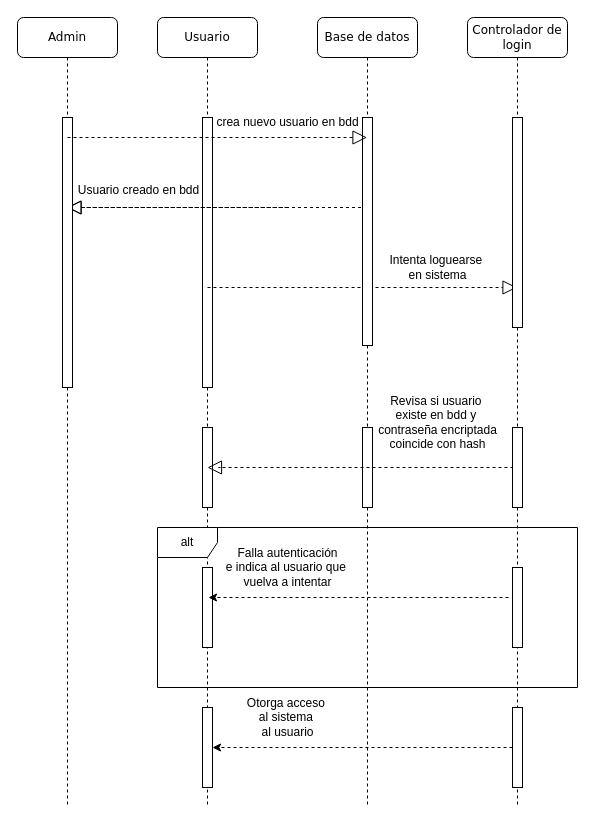
This is secuencia1.drawio from MirroringCode/diagramas-del-csm, a draw.io file, before an edit. Source tidied: cells renumbered, new cells numbered last; positions are measured from the earlier drawing's top-left corner, leaving out a move shared by most shapes. Both pictures are drawn from the tidied source at 100%, with x=0, y=0 at pixel (17, 17).
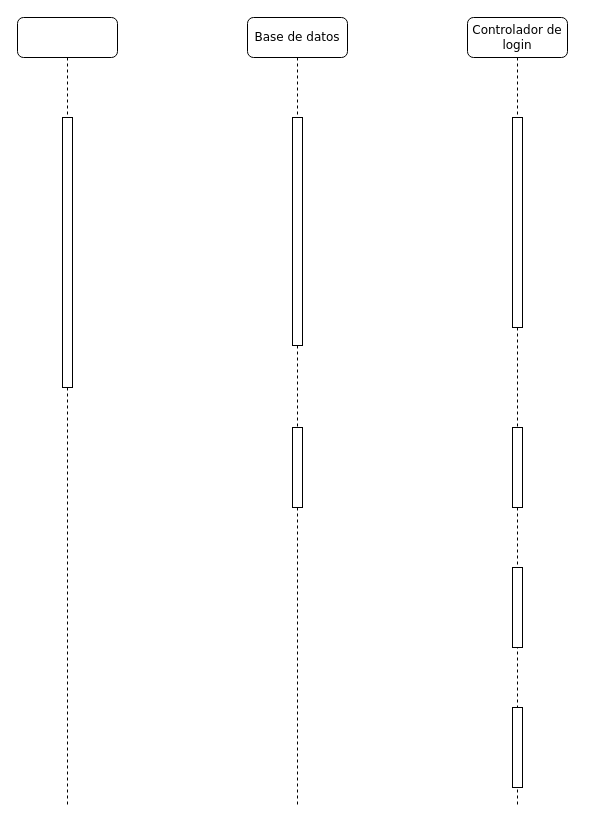
Above is the later version.

The change refers to these unchanged cells:
```xml
<mxCell id="20" value="Controlador de login" style="shape=umlLifeline;perimeter=lifelinePerimeter;whiteSpace=wrap;html=1;outlineConnect=0;rounded=1;shadow=0;comic=0;labelBackgroundColor=none;strokeWidth=1;fontFamily=Verdana;fontSize=12;align=center;" parent="1" vertex="1">
  <mxGeometry x="450" width="100" height="790" as="geometry" />
</mxCell>
<mxCell id="24" style="html=1;points=[[0,0,0,0,5],[0,1,0,0,-5],[1,0,0,0,5],[1,1,0,0,-5]];perimeter=orthogonalPerimeter;outlineConnect=0;targetShapes=umlLifeline;portConstraint=eastwest;newEdgeStyle={&quot;curved&quot;:0,&quot;rounded&quot;:0};" parent="20" vertex="1">
  <mxGeometry x="45" y="690" width="10" height="80" as="geometry" />
</mxCell>
```

Diff of the diagram source:
```diff
@@
-    <mxCell id="2" value="Usuario" style="shape=umlLifeline;perimeter=lifelinePerimeter;whiteSpace=wrap;html=1;rounded=1;shadow=0;comic=0;labelBackgroundColor=none;strokeWidth=1;fontFamily=Verdana;fontSize=12;align=center;" parent="1" vertex="1">
-      <mxGeometry x="140" width="100" height="790" as="geometry" />
-    </mxCell>
-    <mxCell id="3" style="html=1;perimeter=orthogonalPerimeter;rounded=0;shadow=0;comic=0;labelBackgroundColor=none;strokeWidth=1;fontFamily=Verdana;fontSize=12;align=center;" parent="2" vertex="1">
-      <mxGeometry x="45" y="100" width="10" height="270" as="geometry" />
-    </mxCell>
-    <mxCell id="4" style="endArrow=block;dashed=1;endFill=0;endSize=12;html=1;rounded=0;" parent="2" edge="1">
-      <mxGeometry relative="1" as="geometry">
-        <mxPoint x="130" y="190" as="sourcePoint" />
-        <mxPoint x="-90.5" y="190" as="targetPoint" />
-      </mxGeometry>
-    </mxCell>
-    <mxCell id="5" style="endArrow=block;dashed=1;endFill=0;endSize=12;html=1;rounded=0;" parent="2" edge="1" source="10">
-      <mxGeometry relative="1" as="geometry">
-        <mxPoint x="-90.5" y="190" as="targetPoint" />
-      </mxGeometry>
-    </mxCell>
-    <mxCell id="6" style="endArrow=block;dashed=1;endFill=0;endSize=12;html=1;rounded=0;" parent="2" edge="1" target="20">
-      <mxGeometry relative="1" as="geometry">
-        <mxPoint x="50" y="270" as="sourcePoint" />
-      </mxGeometry>
-    </mxCell>
-    <mxCell id="7" style="html=1;perimeter=orthogonalPerimeter;targetShapes=umlLifeline;newEdgeStyle={&quot;curved&quot;:0,&quot;rounded&quot;:0};" parent="2" vertex="1">
-      <mxGeometry x="45" y="410" width="10" height="80" as="geometry" />
-    </mxCell>
-    <mxCell id="8" style="html=1;perimeter=orthogonalPerimeter;targetShapes=umlLifeline;newEdgeStyle={&quot;curved&quot;:0,&quot;rounded&quot;:0};" parent="2" vertex="1">
-      <mxGeometry x="45" y="550" width="10" height="80" as="geometry" />
-    </mxCell>
-    <mxCell id="9" style="html=1;points=[[0,0,0,0,5],[0,1,0,0,-5],[1,0,0,0,5],[1,1,0,0,-5]];perimeter=orthogonalPerimeter;outlineConnect=0;targetShapes=umlLifeline;portConstraint=eastwest;newEdgeStyle={&quot;curved&quot;:0,&quot;rounded&quot;:0};" parent="2" vertex="1">
-      <mxGeometry x="45" y="690" width="10" height="80" as="geometry" />
-    </mxCell>
     <mxCell id="10" value="Base de datos" style="shape=umlLifeline;perimeter=lifelinePerimeter;whiteSpace=wrap;html=1;outlineConnect=0;rounded=1;shadow=0;comic=0;labelBackgroundColor=none;strokeWidth=1;fontFamily=Verdana;fontSize=12;align=center;" parent="1" vertex="1">
-      <mxGeometry x="300" width="100" height="790" as="geometry" />
+      <mxGeometry x="230" width="100" height="790" as="geometry" />
     </mxCell>
@@
-    <mxCell id="13" style="endArrow=block;dashed=1;endFill=0;endSize=12;html=1;rounded=0;" parent="10" edge="1">
-      <mxGeometry relative="1" as="geometry">
-        <mxPoint x="196" y="450" as="sourcePoint" />
-        <mxPoint x="-110" y="450" as="targetPoint" />
-        <Array as="points">
-          <mxPoint x="-99" y="450" />
-        </Array>
-      </mxGeometry>
-    </mxCell>
-    <mxCell id="14" value="Otorga acceso&amp;nbsp;&lt;div&gt;al sistema&amp;nbsp;&lt;/div&gt;&lt;div&gt;al usuario&lt;/div&gt;" style="text;html=1;align=center;verticalAlign=middle;strokeColor=none;fillColor=none;" parent="10" vertex="1">
-      <mxGeometry x="-80" y="670" width="100" height="60" as="geometry" />
-    </mxCell>
-    <mxCell id="15" value="Admin" style="shape=umlLifeline;perimeter=lifelinePerimeter;whiteSpace=wrap;html=1;rounded=1;shadow=0;comic=0;labelBackgroundColor=none;strokeWidth=1;fontFamily=Verdana;fontSize=12;align=center;" parent="1" vertex="1">
+    <mxCell id="15" style="shape=umlLifeline;perimeter=lifelinePerimeter;whiteSpace=wrap;html=1;rounded=1;shadow=0;comic=0;labelBackgroundColor=none;strokeWidth=1;fontFamily=Verdana;fontSize=12;align=center;" parent="1" vertex="1">
       <mxGeometry width="100" height="790" as="geometry" />
     </mxCell>
@@
-    <mxCell id="17" style="endArrow=block;dashed=1;endFill=0;endSize=12;html=1;rounded=0;" parent="15" edge="1" target="10">
-      <mxGeometry relative="1" as="geometry">
-        <mxPoint x="50" y="120" as="sourcePoint" />
-      </mxGeometry>
-    </mxCell>
-    <mxCell id="18" value="crea nuevo usuario en bdd" style="text;html=1;align=center;verticalAlign=middle;strokeColor=none;fillColor=none;" parent="1" vertex="1">
-      <mxGeometry x="185" y="90" width="170" height="30" as="geometry" />
-    </mxCell>
-    <mxCell id="19" value="Usuario creado en bdd" style="text;html=1;align=center;verticalAlign=middle;strokeColor=none;fillColor=none;" parent="1" vertex="1">
-      <mxGeometry x="51" y="158" width="140" height="30" as="geometry" />
-    </mxCell>
@@
-    <mxCell id="25" value="Intenta loguearse&amp;nbsp;&lt;div&gt;en sistema&lt;/div&gt;" style="text;html=1;align=center;verticalAlign=middle;strokeColor=none;fillColor=none;" parent="1" vertex="1">
-      <mxGeometry x="360" y="230" width="120" height="40" as="geometry" />
-    </mxCell>
-    <mxCell id="26" value="Revisa si usuario&amp;nbsp;&lt;div&gt;existe&amp;nbsp;&lt;span style=&quot;background-color: initial;&quot;&gt;en bdd y&amp;nbsp;&lt;/span&gt;&lt;div&gt;contraseña encriptada&lt;/div&gt;&lt;div&gt;coincide con hash&lt;/div&gt;&lt;/div&gt;" style="text;html=1;align=center;verticalAlign=middle;strokeColor=none;fillColor=none;" parent="1" vertex="1">
-      <mxGeometry x="350" y="370" width="140" height="70" as="geometry" />
-    </mxCell>
-    <mxCell id="27" value="alt" style="shape=umlFrame;whiteSpace=wrap;html=1;" parent="1" vertex="1">
-      <mxGeometry x="140" y="510" width="420" height="160" as="geometry" />
-    </mxCell>
-    <mxCell id="28" style="edgeStyle=orthogonalEdgeStyle;rounded=0;orthogonalLoop=1;jettySize=auto;html=1;curved=0;dashed=1;" parent="1" edge="1">
-      <mxGeometry relative="1" as="geometry">
-        <mxPoint x="491" y="580" as="sourcePoint" />
-        <mxPoint x="191" y="580" as="targetPoint" />
-      </mxGeometry>
-    </mxCell>
-    <mxCell id="29" value="Falla autenticación&lt;div&gt;e indica al usuario que&amp;nbsp;&lt;/div&gt;&lt;div&gt;vuelva a intentar&lt;/div&gt;" style="text;html=1;align=center;verticalAlign=middle;strokeColor=none;fillColor=none;" parent="1" vertex="1">
-      <mxGeometry x="195" y="520" width="150" height="60" as="geometry" />
-    </mxCell>
-    <mxCell id="30" style="edgeStyle=orthogonalEdgeStyle;rounded=0;jettySize=auto;html=1;curved=0;dashed=1;" parent="1" edge="1" source="24" target="9">
-      <mxGeometry relative="1" as="geometry" />
-    </mxCell>
```
